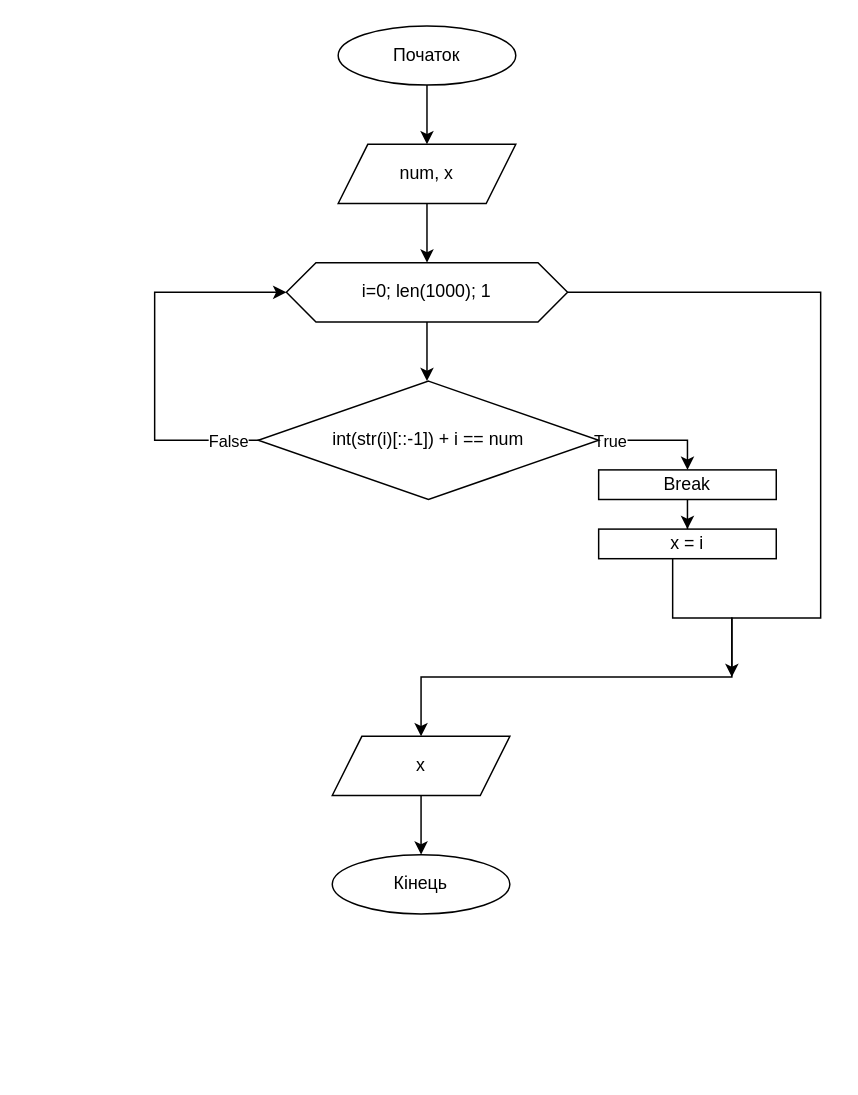
This is LabWork_6/doc/lab6.drawio.xml from Figeiron/LabWork, a draw.io file, before an edit. Source tidied: cells renumbered, new cells numbered last; positions are measured from the earlier drawing's top-left corner, leaving out a move shared by most shapes. Both pictures are drawn from the tidied source at 148%, with x=0, y=0 at pixel (154, 25).
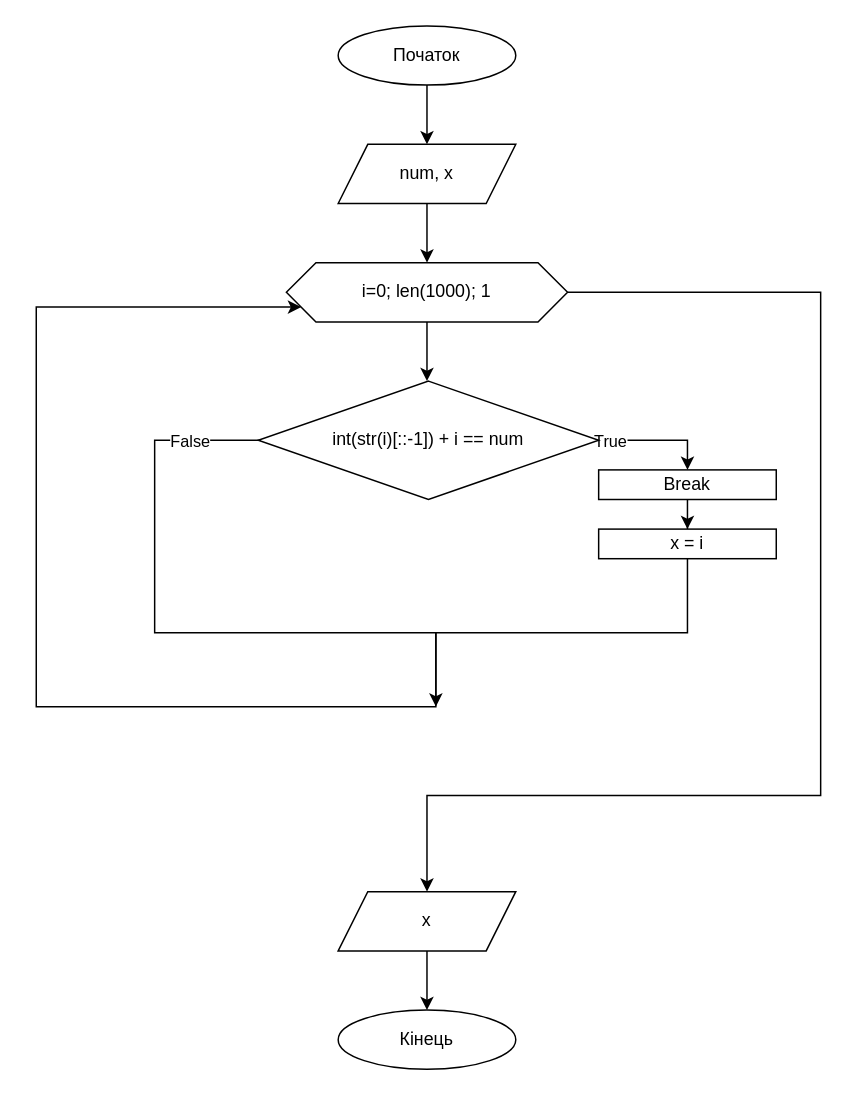
Above is the later version.

Commit message (it also covers changes not shown here):
LabWork6! optimization

The change refers to these unchanged cells:
```xml
<mxCell id="8" value="i=0; len(1000); 1" style="shape=hexagon;perimeter=hexagonPerimeter2;whiteSpace=wrap;html=1;fixedSize=1;" parent="1" vertex="1">
  <mxGeometry x="89" y="160" width="190" height="40" as="geometry" />
</mxCell>
<mxCell id="17" value="x = i" style="rounded=0;whiteSpace=wrap;html=1;" parent="1" vertex="1">
  <mxGeometry x="300" y="340" width="120" height="20" as="geometry" />
</mxCell>
```

The edit, as a diff of the source:
```diff
@@
-    <mxCell id="7" style="edgeStyle=orthogonalEdgeStyle;rounded=0;jettySize=auto;html=1;" parent="1" edge="1" source="8">
-      <mxGeometry relative="1" as="geometry">
-        <mxPoint x="180" y="480" as="targetPoint" />
-        <Array as="points">
-          <mxPoint x="450" y="180" />
-          <mxPoint x="450" y="400" />
-          <mxPoint x="390" y="400" />
-          <mxPoint x="390" y="440" />
-          <mxPoint x="180" y="440" />
-        </Array>
-      </mxGeometry>
-    </mxCell>
+    <mxCell id="21" style="edgeStyle=orthogonalEdgeStyle;rounded=0;jettySize=auto;html=1;entryX=0.5;entryY=0;entryDx=0;entryDy=0;" parent="1" edge="1" source="8" target="19">
+      <mxGeometry relative="1" as="geometry">
+        <Array as="points">
+          <mxPoint x="450" y="180" />
+          <mxPoint x="450" y="520" />
+          <mxPoint x="184" y="520" />
+        </Array>
+      </mxGeometry>
+    </mxCell>
@@
-    <mxCell id="11" style="edgeStyle=orthogonalEdgeStyle;rounded=0;jettySize=auto;html=1;" parent="1" edge="1" target="8">
+    <mxCell id="11" style="edgeStyle=orthogonalEdgeStyle;rounded=0;orthogonalLoop=1;jettySize=auto;html=1;" parent="1" edge="1">
       <mxGeometry relative="1" as="geometry">
         <mxPoint x="98.8" y="280" as="sourcePoint" />
+        <mxPoint x="190" y="460" as="targetPoint" />
         <Array as="points">
           <mxPoint y="280" />
-          <mxPoint y="180" />
+          <mxPoint y="410" />
+          <mxPoint x="190" y="410" />
+          <mxPoint x="190" y="450" />
         </Array>
       </mxGeometry>
     </mxCell>
@@
-    <mxCell id="14" style="edgeStyle=orthogonalEdgeStyle;rounded=0;orthogonalLoop=1;jettySize=auto;html=1;" parent="1" edge="1">
+    <mxCell id="14" style="edgeStyle=orthogonalEdgeStyle;rounded=0;jettySize=auto;html=1;entryX=0;entryY=0.5;entryDx=0;entryDy=0;exitX=0.5;exitY=1;exitDx=0;exitDy=0;" parent="1" edge="1" source="17">
       <mxGeometry relative="1" as="geometry">
-        <mxPoint x="350" y="360" as="sourcePoint" />
-        <mxPoint x="390" y="440" as="targetPoint" />
+        <mxPoint x="99" y="190" as="targetPoint" />
         <Array as="points">
-          <mxPoint x="350" y="400" />
-          <mxPoint x="390" y="400" />
+          <mxPoint x="360" y="410" />
+          <mxPoint x="190" y="410" />
+          <mxPoint x="190" y="460" />
+          <mxPoint x="-80" y="460" />
+          <mxPoint x="-80" y="190" />
         </Array>
       </mxGeometry>
     </mxCell>
@@
     <mxCell id="19" value="x" style="shape=parallelogram;perimeter=parallelogramPerimeter;whiteSpace=wrap;html=1;fixedSize=1;" parent="1" vertex="1">
-      <mxGeometry x="120" y="480" width="120" height="40" as="geometry" />
+      <mxGeometry x="124" y="585" width="120" height="40" as="geometry" />
     </mxCell>
     <mxCell id="20" value="Кінець" style="ellipse;whiteSpace=wrap;html=1;" parent="1" vertex="1">
-      <mxGeometry x="120" y="560" width="120" height="40" as="geometry" />
+      <mxGeometry x="124" y="665" width="120" height="40" as="geometry" />
     </mxCell>
```
